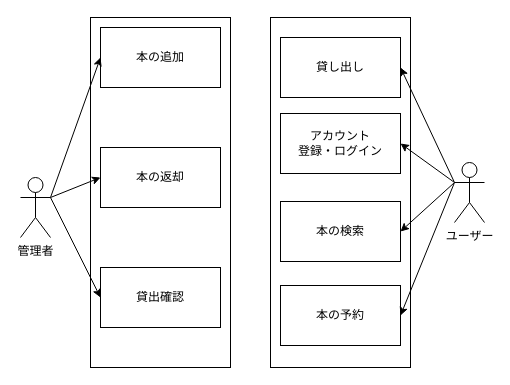
The draw.io diagram Document/Diagram/UseCase.drawio in ganondorofu/Library_System, before the edit. Source tidied: cells renumbered, new cells numbered last; positions are measured from the earlier drawing's top-left corner, leaving out a move shared by most shapes. Both pictures are drawn from the tidied source at 100%, with x=0, y=0 at pixel (20, 17).
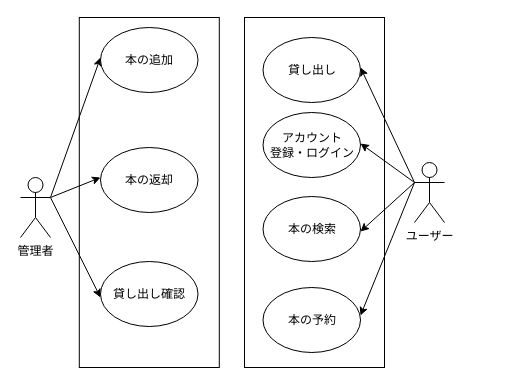
The same page after the edit.

Unchanged cells that the change refers to:
```xml
<mxCell id="4" value="管理者" style="shape=umlActor;verticalLabelPosition=bottom;verticalAlign=top;html=1;outlineConnect=0;" parent="1" vertex="1">
  <mxGeometry y="160" width="30" height="60" as="geometry" />
</mxCell>
```

Diff of the diagram source:
```diff
@@
     <mxCell id="2" style="rounded=0;whiteSpace=wrap;html=1;" parent="1" vertex="1">
-      <mxGeometry x="250" width="140" height="350" as="geometry" />
+      <mxGeometry x="224" width="140" height="350" as="geometry" />
     </mxCell>
     <mxCell id="3" style="rounded=0;whiteSpace=wrap;html=1;" parent="1" vertex="1">
-      <mxGeometry x="70" width="140" height="350" as="geometry" />
+      <mxGeometry x="58.8" width="140" height="350" as="geometry" />
     </mxCell>
@@
     <mxCell id="5" value="ユーザー" style="shape=umlActor;verticalLabelPosition=bottom;verticalAlign=top;html=1;outlineConnect=0;" parent="1" vertex="1">
-      <mxGeometry x="434" y="145" width="30" height="60" as="geometry" />
+      <mxGeometry x="394" y="145" width="30" height="60" as="geometry" />
     </mxCell>
-    <mxCell id="6" value="本の返却" style="rounded=0;whiteSpace=wrap;html=1;" parent="1" vertex="1">
-      <mxGeometry x="80" y="130" width="120" height="60" as="geometry" />
-    </mxCell>
-    <mxCell id="7" value="本の追加" style="rounded=0;whiteSpace=wrap;html=1;" parent="1" vertex="1">
-      <mxGeometry x="80" y="10" width="120" height="60" as="geometry" />
-    </mxCell>
-    <mxCell id="8" value="本の予約" style="rounded=0;whiteSpace=wrap;html=1;" parent="1" vertex="1">
-      <mxGeometry x="260" y="268" width="120" height="60" as="geometry" />
-    </mxCell>
-    <mxCell id="9" value="貸し出し" style="rounded=0;whiteSpace=wrap;html=1;" parent="1" vertex="1">
-      <mxGeometry x="260" y="20" width="120" height="60" as="geometry" />
-    </mxCell>
-    <mxCell id="10" value="アカウント&lt;br&gt;登録・ログイン" style="rounded=0;whiteSpace=wrap;html=1;" parent="1" vertex="1">
-      <mxGeometry x="260" y="96" width="120" height="60" as="geometry" />
-    </mxCell>
-    <mxCell id="11" value="貸出確認" style="rounded=0;whiteSpace=wrap;html=1;" parent="1" vertex="1">
-      <mxGeometry x="80" y="250" width="120" height="60" as="geometry" />
-    </mxCell>
-    <mxCell id="12" value="本の検索" style="rounded=0;whiteSpace=wrap;html=1;" parent="1" vertex="1">
-      <mxGeometry x="260" y="184" width="120" height="60" as="geometry" />
-    </mxCell>
-    <mxCell id="13" style="endArrow=classic;html=1;rounded=0;exitX=1;exitY=0.3333333333333333;exitDx=0;exitDy=0;exitPerimeter=0;entryX=0;entryY=0.5;entryDx=0;entryDy=0;" parent="1" edge="1" source="4" target="7">
-      <mxGeometry relative="1" as="geometry" />
+    <mxCell id="13" style="endArrow=classic;html=1;rounded=0;exitX=1;exitY=0.3333333333333333;exitDx=0;exitDy=0;exitPerimeter=0;entryX=0;entryY=0.5;entryDx=0;entryDy=0;" parent="1" edge="1" source="4">
+      <mxGeometry relative="1" as="geometry">
+        <mxPoint x="80" y="40" as="targetPoint" />
+      </mxGeometry>
     </mxCell>
-    <mxCell id="14" style="endArrow=classic;html=1;rounded=0;exitX=1;exitY=0.3333333333333333;exitDx=0;exitDy=0;exitPerimeter=0;entryX=0;entryY=0.5;entryDx=0;entryDy=0;" parent="1" edge="1" source="4" target="6">
-      <mxGeometry relative="1" as="geometry" />
+    <mxCell id="14" style="endArrow=classic;html=1;rounded=0;exitX=1;exitY=0.3333333333333333;exitDx=0;exitDy=0;exitPerimeter=0;entryX=0;entryY=0.5;entryDx=0;entryDy=0;" parent="1" edge="1" source="4">
+      <mxGeometry relative="1" as="geometry">
+        <mxPoint x="80" y="160" as="targetPoint" />
+      </mxGeometry>
     </mxCell>
-    <mxCell id="15" style="endArrow=classic;html=1;rounded=0;exitX=1;exitY=0.3333333333333333;exitDx=0;exitDy=0;exitPerimeter=0;entryX=0;entryY=0.5;entryDx=0;entryDy=0;" parent="1" edge="1" source="4" target="11">
-      <mxGeometry relative="1" as="geometry" />
+    <mxCell id="15" style="endArrow=classic;html=1;rounded=0;exitX=1;exitY=0.3333333333333333;exitDx=0;exitDy=0;exitPerimeter=0;entryX=0;entryY=0.5;entryDx=0;entryDy=0;" parent="1" edge="1" source="4">
+      <mxGeometry relative="1" as="geometry">
+        <mxPoint x="80" y="280" as="targetPoint" />
+      </mxGeometry>
     </mxCell>
-    <mxCell id="16" style="endArrow=classic;html=1;rounded=0;exitX=0;exitY=0.3333333333333333;exitDx=0;exitDy=0;exitPerimeter=0;entryX=1;entryY=0.5;entryDx=0;entryDy=0;" parent="1" edge="1" source="5" target="9">
-      <mxGeometry relative="1" as="geometry" />
+    <mxCell id="16" style="endArrow=classic;html=1;rounded=0;exitX=0;exitY=0.3333333333333333;exitDx=0;exitDy=0;exitPerimeter=0;entryX=1;entryY=0.5;entryDx=0;entryDy=0;" parent="1" edge="1" source="5">
+      <mxGeometry relative="1" as="geometry">
+        <mxPoint x="340" y="50" as="targetPoint" />
+      </mxGeometry>
     </mxCell>
-    <mxCell id="17" style="endArrow=classic;html=1;rounded=0;exitX=0;exitY=0.3333333333333333;exitDx=0;exitDy=0;exitPerimeter=0;entryX=1;entryY=0.5;entryDx=0;entryDy=0;" parent="1" edge="1" source="5" target="10">
-      <mxGeometry relative="1" as="geometry" />
+    <mxCell id="17" style="endArrow=classic;html=1;rounded=0;exitX=0;exitY=0.3333333333333333;exitDx=0;exitDy=0;exitPerimeter=0;entryX=1;entryY=0.5;entryDx=0;entryDy=0;" parent="1" edge="1" source="5">
+      <mxGeometry relative="1" as="geometry">
+        <mxPoint x="340" y="126" as="targetPoint" />
+      </mxGeometry>
     </mxCell>
-    <mxCell id="18" style="endArrow=classic;html=1;rounded=0;exitX=0;exitY=0.3333333333333333;exitDx=0;exitDy=0;exitPerimeter=0;entryX=1;entryY=0.5;entryDx=0;entryDy=0;" parent="1" edge="1" source="5" target="12">
-      <mxGeometry relative="1" as="geometry" />
+    <mxCell id="18" style="endArrow=classic;html=1;rounded=0;exitX=0;exitY=0.3333333333333333;exitDx=0;exitDy=0;exitPerimeter=0;entryX=1;entryY=0.5;entryDx=0;entryDy=0;" parent="1" edge="1" source="5">
+      <mxGeometry relative="1" as="geometry">
+        <mxPoint x="340" y="214" as="targetPoint" />
+      </mxGeometry>
     </mxCell>
-    <mxCell id="19" style="endArrow=classic;html=1;rounded=0;exitX=0;exitY=0.3333333333333333;exitDx=0;exitDy=0;exitPerimeter=0;entryX=1;entryY=0.5;entryDx=0;entryDy=0;" parent="1" edge="1" source="5" target="8">
-      <mxGeometry relative="1" as="geometry" />
+    <mxCell id="19" style="endArrow=classic;html=1;rounded=0;exitX=0;exitY=0.3333333333333333;exitDx=0;exitDy=0;exitPerimeter=0;entryX=1;entryY=0.5;entryDx=0;entryDy=0;" parent="1" edge="1" source="5">
+      <mxGeometry relative="1" as="geometry">
+        <mxPoint x="340" y="298" as="targetPoint" />
+      </mxGeometry>
     </mxCell>
+    <mxCell id="7" value="本の追加" style="ellipse;whiteSpace=wrap;html=1;" parent="1" vertex="1">
+      <mxGeometry x="80" y="10" width="97.5" height="65" as="geometry" />
+    </mxCell>
+    <mxCell id="6" value="本の返却" style="ellipse;whiteSpace=wrap;html=1;" parent="1" vertex="1">
+      <mxGeometry x="80" y="130" width="97.5" height="65" as="geometry" />
+    </mxCell>
+    <mxCell id="20" value="貸し出し確認" style="ellipse;whiteSpace=wrap;html=1;" parent="1" vertex="1">
+      <mxGeometry x="80" y="244" width="97.5" height="65" as="geometry" />
+    </mxCell>
+    <mxCell id="12" value="本の検索" style="ellipse;whiteSpace=wrap;html=1;" parent="1" vertex="1">
+      <mxGeometry x="242.5" y="179" width="97.5" height="65" as="geometry" />
+    </mxCell>
+    <mxCell id="10" value="アカウント&lt;div&gt;登録・ログイン&lt;/div&gt;" style="ellipse;whiteSpace=wrap;html=1;" parent="1" vertex="1">
+      <mxGeometry x="242.5" y="95" width="97.5" height="65" as="geometry" />
+    </mxCell>
+    <mxCell id="9" value="貸し出し" style="ellipse;whiteSpace=wrap;html=1;" parent="1" vertex="1">
+      <mxGeometry x="242.5" y="20" width="97.5" height="65" as="geometry" />
+    </mxCell>
+    <mxCell id="8" value="本の予約" style="ellipse;whiteSpace=wrap;html=1;" parent="1" vertex="1">
+      <mxGeometry x="242.5" y="270" width="97.5" height="65" as="geometry" />
+    </mxCell>
```
